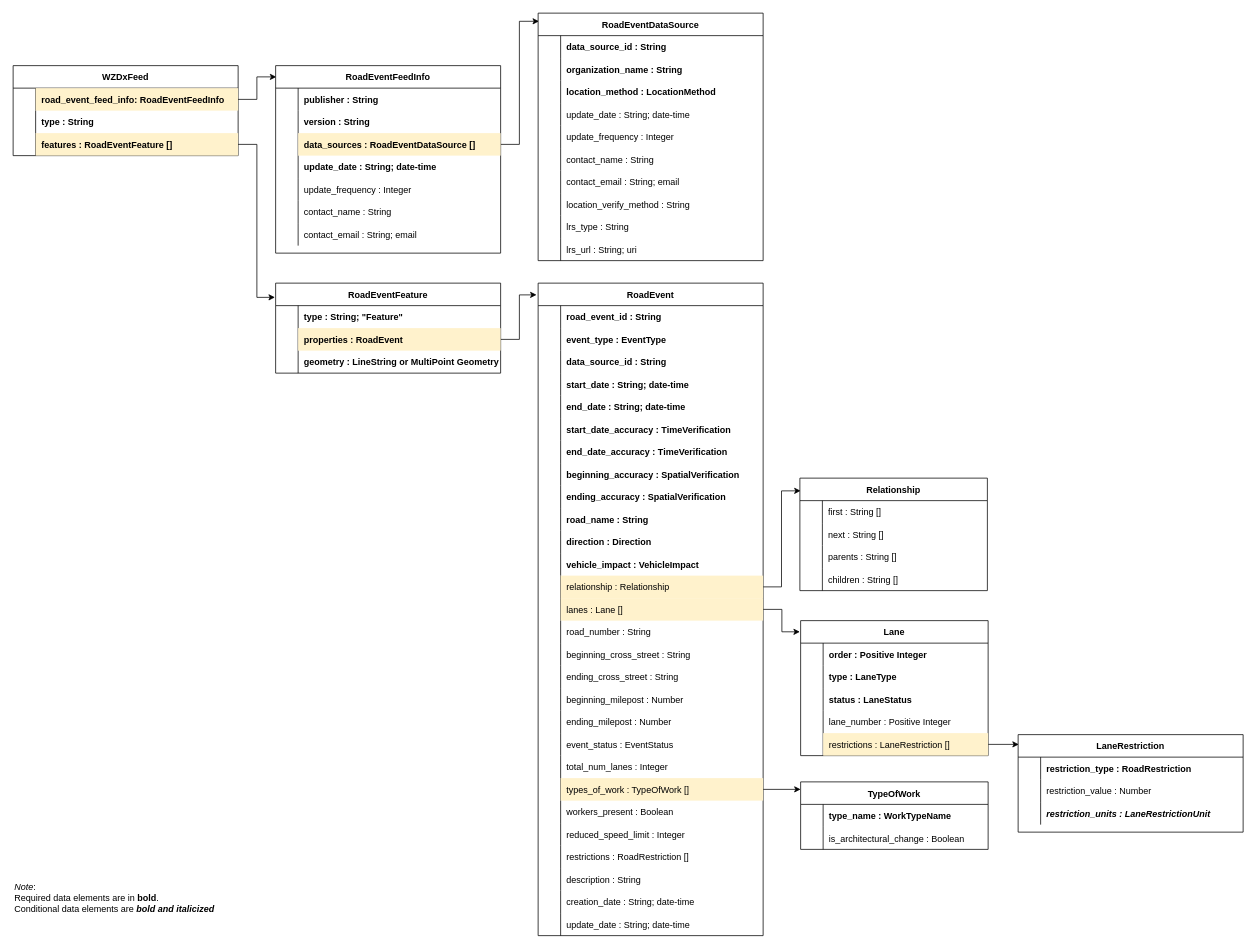
This is images/wzdx_object_diagram.drawio from usdot-jpo-ode/wzdx, a draw.io file, before an edit. Source tidied: cells renumbered, new cells numbered last; positions are measured from the earlier drawing's top-left corner, leaving out a move shared by most shapes. Both pictures are drawn from the tidied source at 75%, with x=0, y=0 at pixel (13, 13).
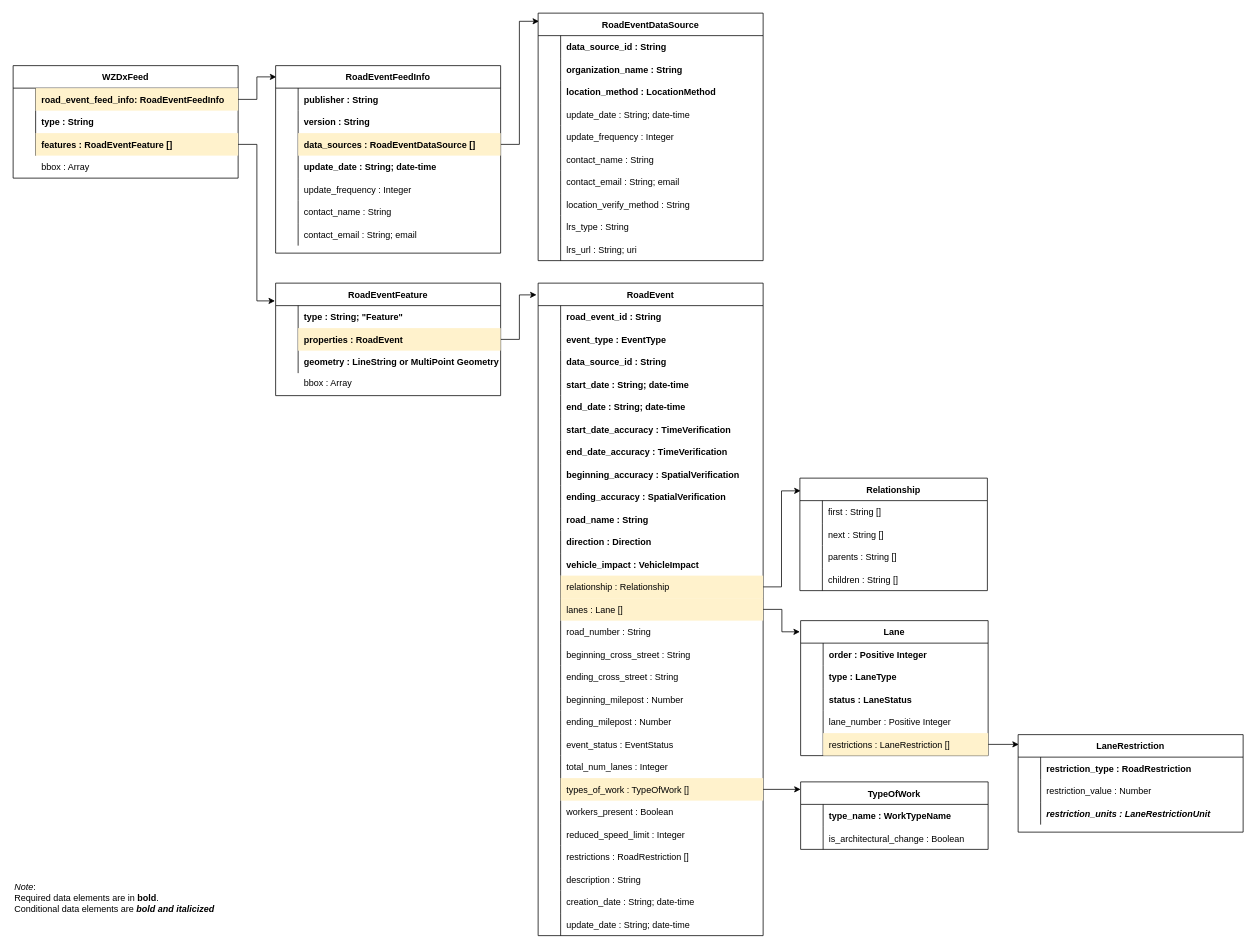
The same page after the edit.

Commit message (it also covers changes not shown here):
Add bbox to object diagram and regenerate jpg

Change to the diagram source:
```diff
@@
     <mxCell id="7" value="WZDxFeed" style="shape=table;startSize=30;childLayout=tableLayout;rowLines=0;fontStyle=1;align=center;" parent="1" vertex="1">
-      <mxGeometry y="70" width="300" height="120" as="geometry" />
+      <mxGeometry y="70" width="300" height="150" as="geometry" />
     </mxCell>
@@
     <mxCell id="43" value="RoadEventFeature" style="shape=table;startSize=30;childLayout=tableLayout;rowLines=0;fontStyle=1;align=center;" parent="1" vertex="1">
-      <mxGeometry x="350" y="360" width="300" height="120" as="geometry" />
+      <mxGeometry x="350" y="360" width="300" height="150" as="geometry" />
     </mxCell>
@@
+    <mxCell id="215" value="bbox : Array" style="shape=partialRectangle;overflow=hidden;fillColor=none;top=0;left=0;bottom=0;right=0;align=left;spacingLeft=6;fontStyle=0;" parent="1" vertex="1">
+      <mxGeometry x="30" y="190" width="270" height="30" as="geometry" />
+    </mxCell>
+    <mxCell id="216" value="bbox : Array" style="shape=partialRectangle;overflow=hidden;fillColor=none;top=0;left=0;bottom=0;right=0;align=left;spacingLeft=6;fontStyle=0;" parent="1" vertex="1">
+      <mxGeometry x="380" y="477" width="270" height="30" as="geometry" />
+    </mxCell>
```
